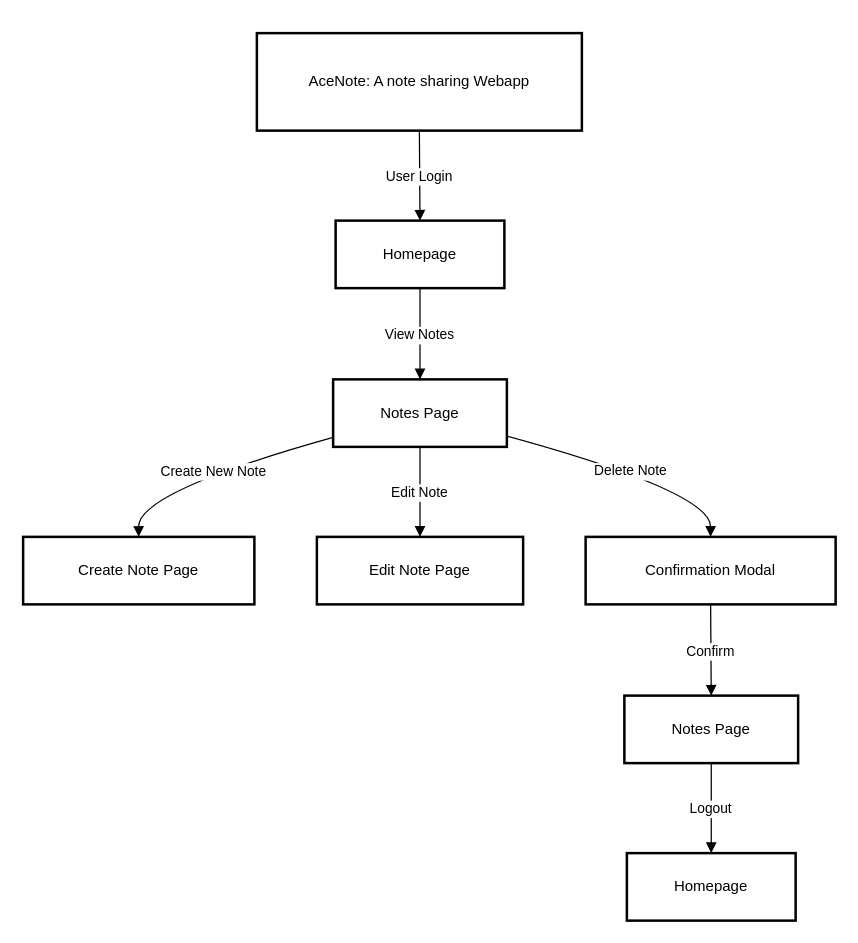
arbazarshad7/AceNotes keeps this draw.io diagram as Untitled Diagram.drawio. Above is the earlier version. Source tidied: cells renumbered, new cells numbered last; positions are measured from the earlier drawing's top-left corner, leaving out a move shared by most shapes. Both pictures are drawn from the tidied source at 125%, with x=0, y=0 at pixel (22, 32).
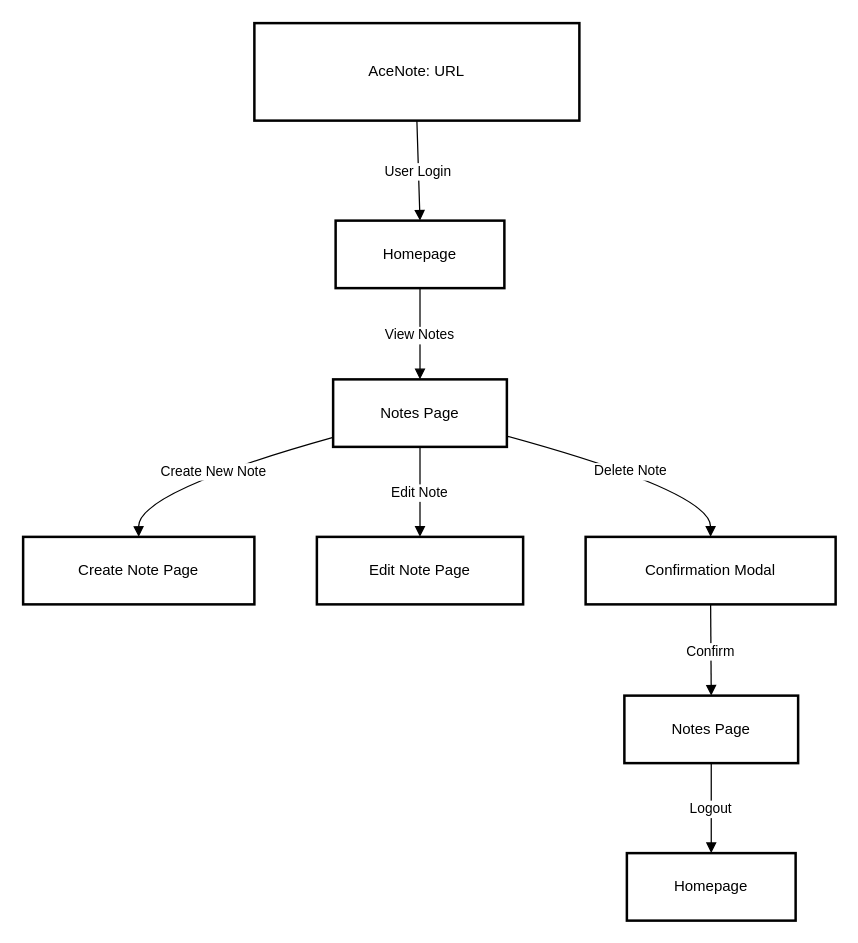
The same page after the edit.

Diff of the diagram source:
```diff
@@
 <mxGraphModel>
   <root>
     <mxCell id="0" />
     <mxCell id="1" parent="0" />
-    <mxCell id="2" value="AceNote: A note sharing Webapp" style="whiteSpace=wrap;strokeWidth=2;" parent="1" vertex="1">
-      <mxGeometry x="187" width="260" height="78" as="geometry" />
+    <mxCell id="2" value="AceNote: URL" style="whiteSpace=wrap;strokeWidth=2;" parent="1" vertex="1">
+      <mxGeometry x="185" y="-8" width="260" height="78" as="geometry" />
     </mxCell>
     <mxCell id="3" value="Homepage" style="whiteSpace=wrap;strokeWidth=2;" parent="1" vertex="1">
       <mxGeometry x="250" y="150" width="135" height="54" as="geometry" />
     </mxCell>
     <mxCell id="4" value="Notes Page" style="whiteSpace=wrap;strokeWidth=2;" parent="1" vertex="1">
       <mxGeometry x="248" y="277" width="139" height="54" as="geometry" />
     </mxCell>
     <mxCell id="5" value="Create Note Page" style="whiteSpace=wrap;strokeWidth=2;" parent="1" vertex="1">
       <mxGeometry y="403" width="185" height="54" as="geometry" />
     </mxCell>
     <mxCell id="6" value="Edit Note Page" style="whiteSpace=wrap;strokeWidth=2;" parent="1" vertex="1">
       <mxGeometry x="235" y="403" width="165" height="54" as="geometry" />
     </mxCell>
     <mxCell id="7" value="Confirmation Modal" style="whiteSpace=wrap;strokeWidth=2;" parent="1" vertex="1">
       <mxGeometry x="450" y="403" width="200" height="54" as="geometry" />
     </mxCell>
     <mxCell id="8" value="Notes Page" style="whiteSpace=wrap;strokeWidth=2;" parent="1" vertex="1">
       <mxGeometry x="481" y="530" width="139" height="54" as="geometry" />
     </mxCell>
     <mxCell id="9" value="Homepage" style="whiteSpace=wrap;strokeWidth=2;" parent="1" vertex="1">
       <mxGeometry x="483" y="656" width="135" height="54" as="geometry" />
     </mxCell>
     <mxCell id="10" value="User Login" style="curved=1;startArrow=none;endArrow=block;exitX=0.5;exitY=1;entryX=0.5;entryY=0.01;" parent="1" edge="1" source="2" target="3">
       <mxGeometry relative="1" as="geometry" />
     </mxCell>
     <mxCell id="11" value="View Notes" style="curved=1;startArrow=none;endArrow=block;exitX=0.5;exitY=1.01;entryX=0.5;entryY=0;" parent="1" edge="1" source="3" target="4">
       <mxGeometry relative="1" as="geometry" />
     </mxCell>
     <mxCell id="12" value="Create New Note" style="curved=1;startArrow=none;endArrow=block;exitX=0;exitY=0.86;entryX=0.5;entryY=0;" parent="1" edge="1" source="4" target="5">
       <mxGeometry relative="1" as="geometry">
         <Array as="points">
           <mxPoint x="92" y="367" />
         </Array>
       </mxGeometry>
     </mxCell>
     <mxCell id="13" value="Edit Note" style="curved=1;startArrow=none;endArrow=block;exitX=0.5;exitY=1;entryX=0.5;entryY=0;" parent="1" edge="1" source="4" target="6">
       <mxGeometry relative="1" as="geometry" />
     </mxCell>
     <mxCell id="14" value="Delete Note" style="curved=1;startArrow=none;endArrow=block;exitX=1;exitY=0.84;entryX=0.5;entryY=0;" parent="1" edge="1" source="4" target="7">
       <mxGeometry relative="1" as="geometry">
         <Array as="points">
           <mxPoint x="550" y="367" />
         </Array>
       </mxGeometry>
     </mxCell>
     <mxCell id="15" value="Confirm" style="curved=1;startArrow=none;endArrow=block;exitX=0.5;exitY=1;entryX=0.5;entryY=-0.01;" parent="1" edge="1" source="7" target="8">
       <mxGeometry relative="1" as="geometry" />
     </mxCell>
     <mxCell id="16" value="Logout" style="curved=1;startArrow=none;endArrow=block;exitX=0.5;exitY=0.99;entryX=0.5;entryY=0;" parent="1" edge="1" source="8" target="9">
       <mxGeometry relative="1" as="geometry" />
     </mxCell>
   </root>
 </mxGraphModel>
```
